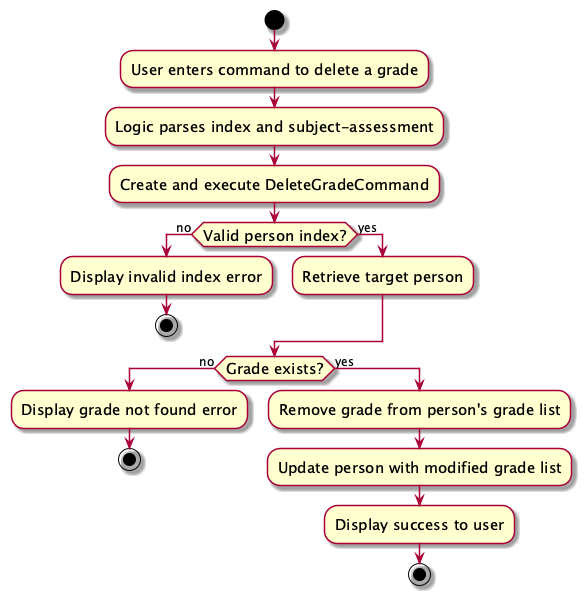
tonyvict/tp keeps this PlantUML diagram as docs/images/DeleteGradeCommandActivityDiagram.png. Above is the earlier version.
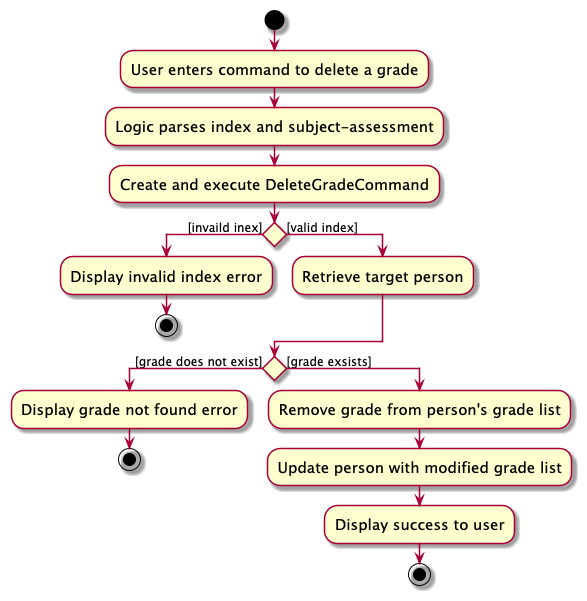
Above is the later version.

Commit message:
Update activity diagrams

What changed in the source:
```diff
@@ -6,16 +6,16 @@
 :User enters command to delete a grade;
 :Logic parses index and subject-assessment;
 :Create and execute DeleteGradeCommand;
-if (Valid person index?) then (no)
+if () then ([invaild inex])
   :Display invalid index error;
   stop
-else (yes)
+else ([valid index])
   :Retrieve target person;
 endif
-if (Grade exists?) then (no)
+if () then ([grade does not exist])
   :Display grade not found error;
   stop
-else (yes)
+else ([grade exsists])
   :Remove grade from person's grade list;
   :Update person with modified grade list;
   :Display success to user;
```
